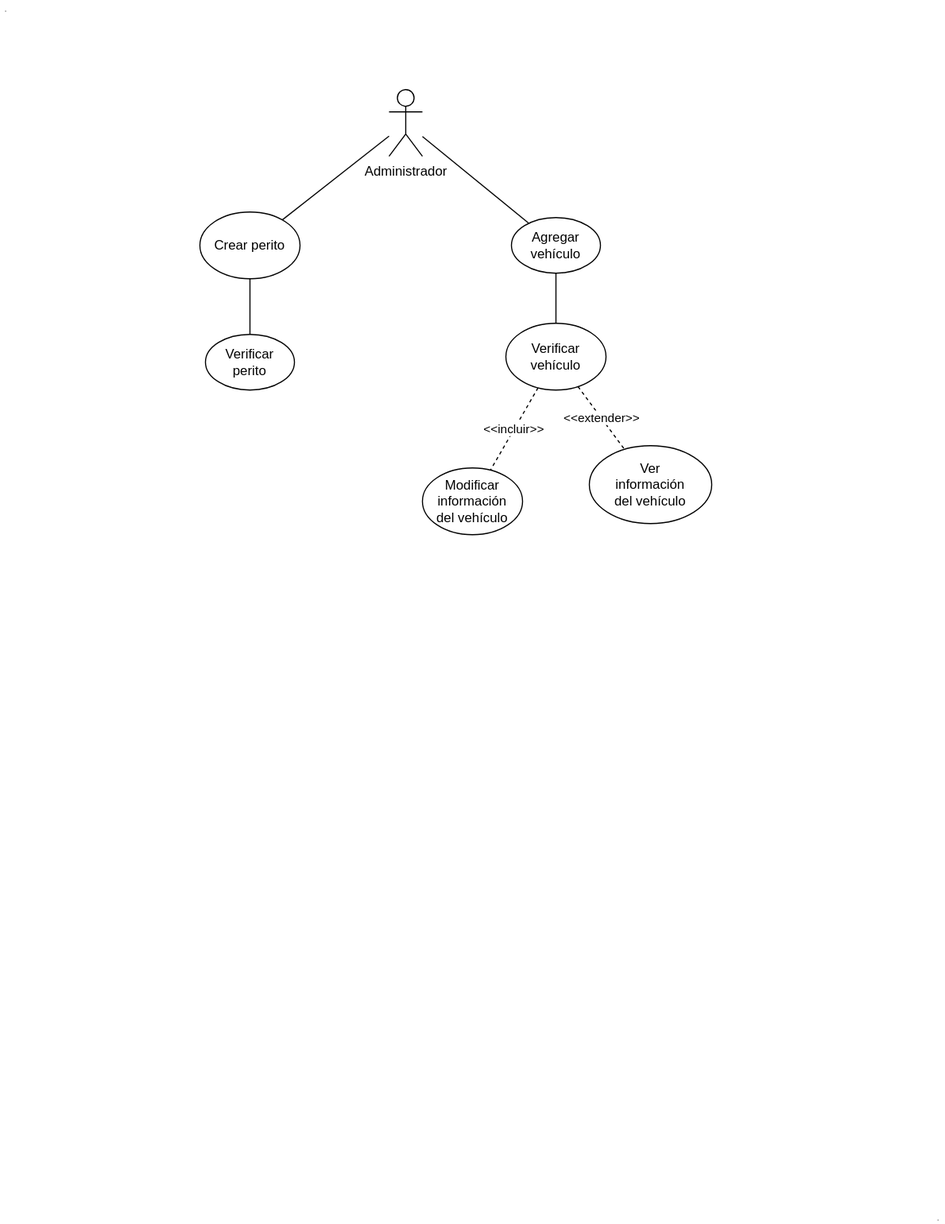
Before: UseCase/UserInteractionsWithTheSystem(rol_administrativo).svg, a diagram exported from draw.io (CMXCSP/SiCoIn-documentation). Source tidied: cells renumbered, new cells last; positions are measured from the earlier drawing's top-left corner, leaving out a move shared by most shapes.
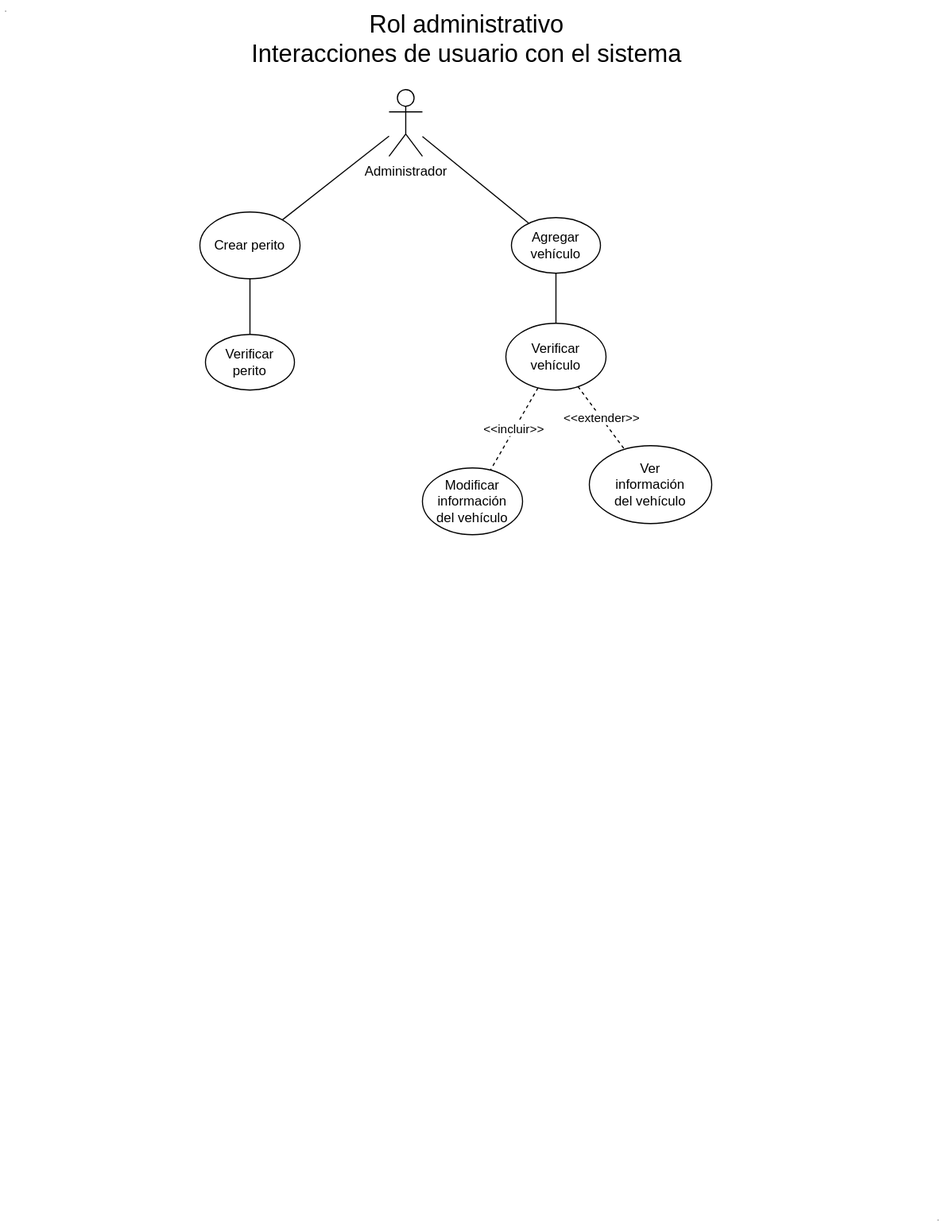
The same diagram one commit later.

Change to the diagram source:
```diff
@@ -1,4 +1,4 @@
-<mxGraphModel>
+<mxGraphModel background="#ffffff">
   <root>
     <mxCell id="0" />
     <mxCell id="1" parent="0" />
@@ -47,5 +47,8 @@
     <mxCell id="16" value="&lt;font color=&quot;#000000&quot;&gt;Ver &lt;br&gt;información &lt;br&gt;del vehículo&lt;br&gt;&lt;/font&gt;" style="ellipse;whiteSpace=wrap;html=1;fontColor=#ABABAB;" parent="1" vertex="1">
       <mxGeometry x="529" y="398" width="110" height="70" as="geometry" />
     </mxCell>
+    <mxCell id="17" value="Rol administrativo&lt;br style=&quot;font-size: 22px;&quot;&gt;Interacciones de usuario con el sistema" style="text;html=1;strokeColor=none;fillColor=none;align=center;verticalAlign=middle;whiteSpace=wrap;rounded=0;fontSize=22;" parent="1" vertex="1">
+      <mxGeometry x="39" y="18" width="760" height="30" as="geometry" />
+    </mxCell>
   </root>
 </mxGraphModel>
```
